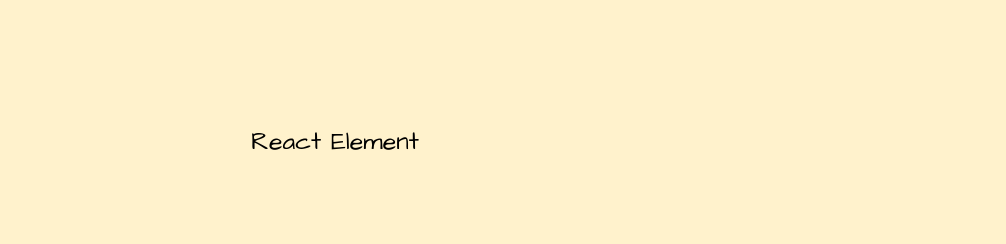
This is Supporting Docs/React_Synechron_July23.drawio from SumeetWajpe/Synechron_React_July_2023, a draw.io file, before an edit. Source tidied: cells renumbered, new cells numbered last; positions are measured from the earlier drawing's top-left corner, leaving out a move shared by most shapes. Both pictures are drawn from the tidied source at 125%, with x=0, y=0 at pixel (198, 121). Pictures stored in the file or linked from it are replaced by grey dashed boxes.
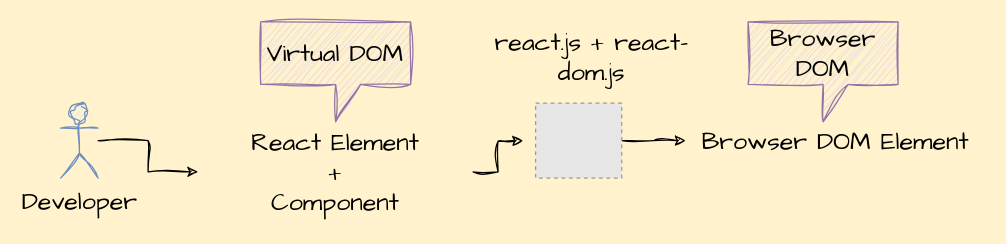
The same diagram, later.

Commit message (it also covers changes not shown here):
✨ Adding child element

Diff of the diagram source:
```diff
@@
 <mxGraphModel background="#FFF2CC">
   <root>
     <mxCell id="0" />
     <mxCell id="1" parent="0" />
+    <mxCell id="3" style="edgeStyle=orthogonalEdgeStyle;rounded=0;sketch=1;hachureGap=4;jiggle=2;curveFitting=1;jettySize=auto;html=1;fontFamily=Architects Daughter;fontSize=16;" parent="1" edge="1" source="2">
+      <mxGeometry relative="1" as="geometry">
+        <mxPoint x="260" y="15" as="targetPoint" />
+      </mxGeometry>
+    </mxCell>
-    <mxCell id="2" value="React Element" style="text;html=1;strokeColor=none;fillColor=none;align=center;verticalAlign=middle;whiteSpace=wrap;rounded=0;fontSize=20;fontFamily=Architects Daughter;" parent="1" vertex="1">
-      <mxGeometry width="220" height="30" as="geometry" />
+    <mxCell id="2" value="React Element&lt;br&gt;+ &lt;br&gt;Component" style="text;html=1;strokeColor=none;fillColor=none;align=center;verticalAlign=middle;whiteSpace=wrap;rounded=0;fontSize=20;fontFamily=Architects Daughter;" parent="1" vertex="1">
+      <mxGeometry width="220" height="80" as="geometry" />
     </mxCell>
+    <mxCell id="4" style="edgeStyle=orthogonalEdgeStyle;rounded=0;sketch=1;hachureGap=4;jiggle=2;curveFitting=1;jettySize=auto;html=1;fontFamily=Architects Daughter;fontSize=16;" parent="1" edge="1" source="5" target="6">
+      <mxGeometry relative="1" as="geometry" />
+    </mxCell>
+    <mxCell id="5" style="fillColor=#E6E6E6;strokeColor=#999999;dashed=1;verticalLabelPosition=bottom;verticalAlign=top;fontFamily=Architects Daughter;fontSize=20;" parent="1" vertex="1">
+      <mxGeometry x="270" y="-15" width="68.9" height="59.9" as="geometry" />
+    </mxCell>
+    <mxCell id="6" value="Browser DOM Element" style="text;html=1;strokeColor=none;fillColor=none;align=center;verticalAlign=middle;whiteSpace=wrap;rounded=0;fontSize=20;fontFamily=Architects Daughter;" parent="1" vertex="1">
+      <mxGeometry x="390" width="240" height="30" as="geometry" />
+    </mxCell>
+    <mxCell id="7" style="edgeStyle=orthogonalEdgeStyle;rounded=0;sketch=1;hachureGap=4;jiggle=2;curveFitting=1;jettySize=auto;html=1;fontFamily=Architects Daughter;fontSize=16;" parent="1" edge="1" source="8" target="2">
+      <mxGeometry relative="1" as="geometry" />
+    </mxCell>
+    <mxCell id="8" value="Developer" style="shape=umlActor;verticalLabelPosition=bottom;verticalAlign=top;html=1;outlineConnect=0;sketch=1;hachureGap=4;jiggle=2;curveFitting=1;fontFamily=Architects Daughter;fontSize=20;fillColor=#dae8fc;strokeColor=#6c8ebf;" parent="1" vertex="1">
+      <mxGeometry x="-110" y="-15" width="30" height="60" as="geometry" />
+    </mxCell>
+    <mxCell id="9" value="Virtual DOM" style="shape=callout;whiteSpace=wrap;html=1;perimeter=calloutPerimeter;sketch=1;hachureGap=4;jiggle=2;curveFitting=1;fontFamily=Architects Daughter;fontSize=20;fillColor=#e1d5e7;strokeColor=#9673a6;" parent="1" vertex="1">
+      <mxGeometry x="50" y="-80" width="120" height="80" as="geometry" />
+    </mxCell>
+    <mxCell id="10" value="Browser DOM" style="shape=callout;whiteSpace=wrap;html=1;perimeter=calloutPerimeter;sketch=1;hachureGap=4;jiggle=2;curveFitting=1;fontFamily=Architects Daughter;fontSize=20;fillColor=#e1d5e7;strokeColor=#9673a6;" parent="1" vertex="1">
+      <mxGeometry x="440" y="-80" width="120" height="80" as="geometry" />
+    </mxCell>
+    <mxCell id="11" value="react.js + react-dom.js" style="text;html=1;strokeColor=none;fillColor=none;align=center;verticalAlign=middle;whiteSpace=wrap;rounded=0;fontSize=20;fontFamily=Architects Daughter;" parent="1" vertex="1">
+      <mxGeometry x="230" y="-80" width="170" height="55" as="geometry" />
+    </mxCell>
   </root>
 </mxGraphModel>
```
